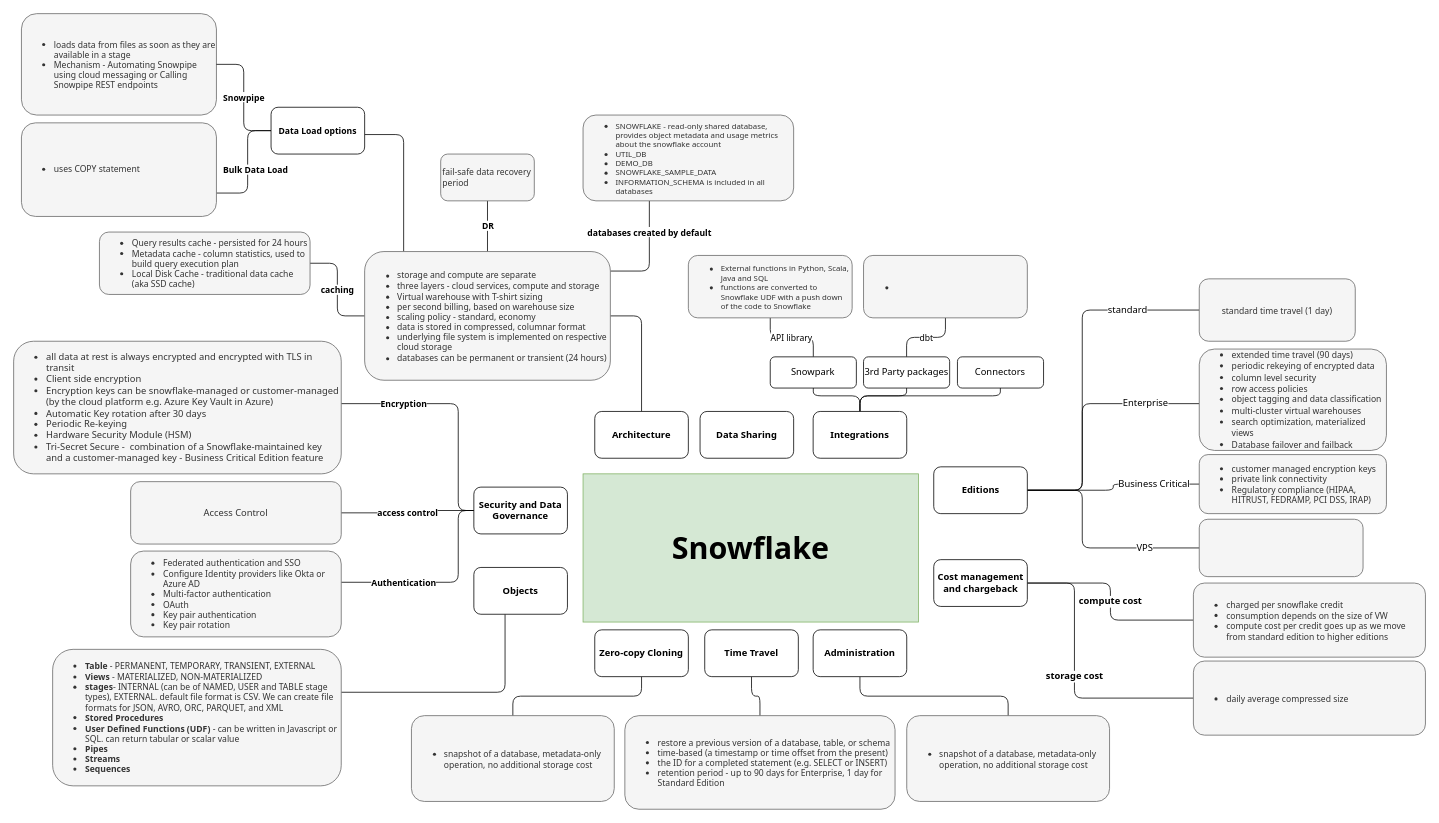
Before: page "Overview" (1 of 10) of Snowflake Mind Maps.drawio in kanchantewary/MindMaps, a draw.io diagram. Source tidied: cells renumbered, new cells numbered last; positions are measured from the earlier drawing's top-left corner, leaving out a move shared by most shapes. Both pictures are drawn from the tidied source at 78%, with x=0, y=0 at pixel (13, 13).
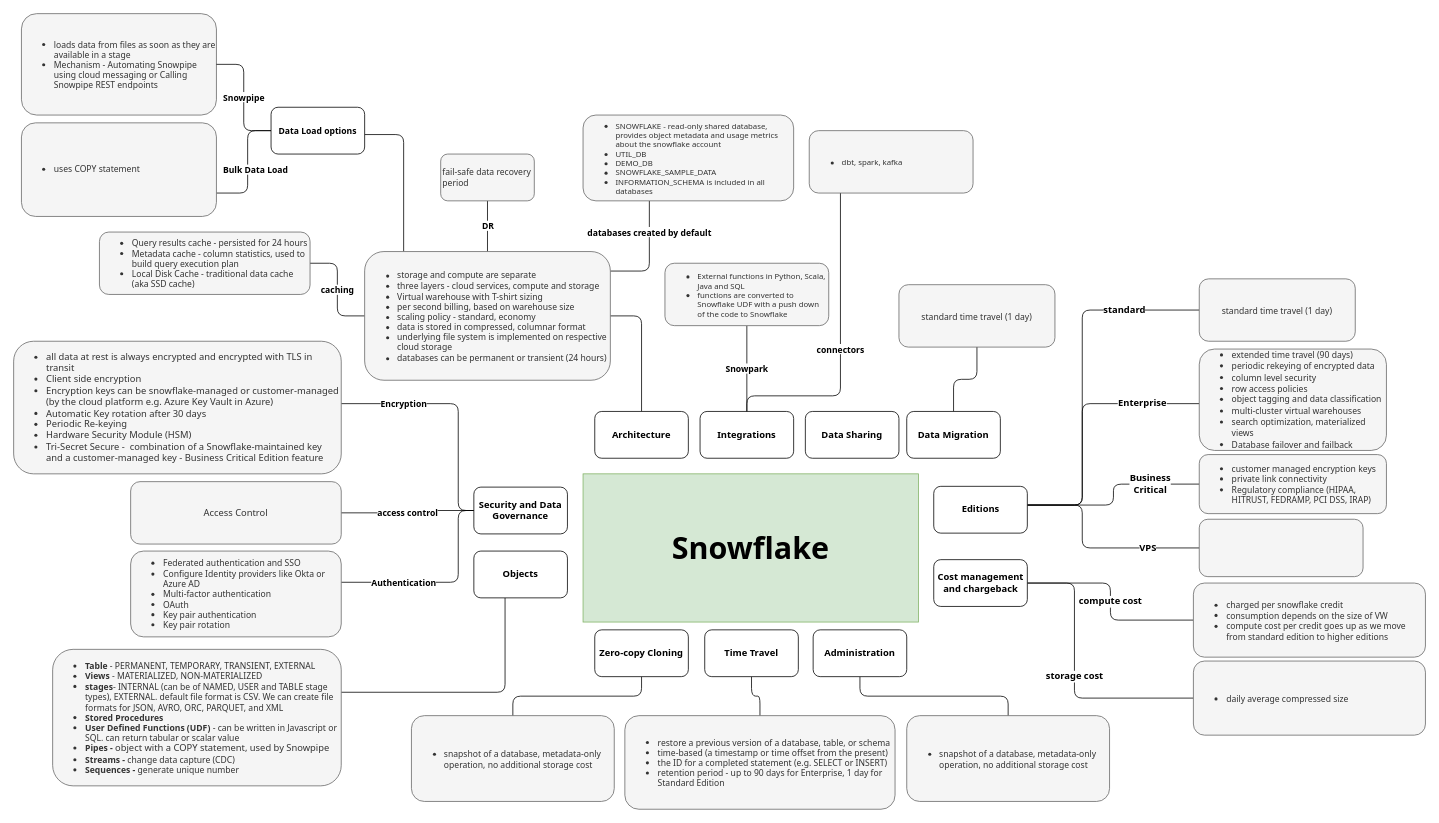
The same page after the edit.

The change refers to these unchanged cells:
```xml
<mxCell id="43" style="rounded=1;whiteSpace=wrap;html=1;fontFamily=Tahoma;align=left;fontSize=11;fillColor=#f5f5f5;fontColor=#333333;strokeColor=#666666;" parent="1" vertex="1">
  <mxGeometry x="1520" y="648.2" width="210" height="73.6" as="geometry" />
</mxCell>
<mxCell id="44" value="&lt;ul&gt;&lt;li&gt;customer managed encryption keys&lt;/li&gt;&lt;li&gt;private link connectivity&lt;/li&gt;&lt;li&gt;Regulatory compliance (HIPAA, HITRUST, FEDRAMP, PCI DSS, IRAP)&lt;/li&gt;&lt;/ul&gt;" style="rounded=1;whiteSpace=wrap;html=1;fontFamily=Tahoma;align=left;fontSize=11;fillColor=#f5f5f5;fontColor=#333333;strokeColor=#666666;" parent="1" vertex="1">
  <mxGeometry x="1520" y="565.3" width="240" height="75.7" as="geometry" />
</mxCell>
<mxCell id="45" value="&lt;ul&gt;&lt;li&gt;&lt;span style=&quot;font-size: 11px&quot;&gt;extended time travel (90 days)&lt;/span&gt;&lt;/li&gt;&lt;li&gt;&lt;span style=&quot;font-size: 11px&quot;&gt;periodic rekeying of encrypted data&lt;/span&gt;&lt;/li&gt;&lt;li&gt;&lt;span style=&quot;font-size: 11px&quot;&gt;column level security&lt;/span&gt;&lt;/li&gt;&lt;li&gt;&lt;span style=&quot;font-size: 11px&quot;&gt;row access policies&lt;/span&gt;&lt;/li&gt;&lt;li&gt;&lt;span style=&quot;font-size: 11px&quot;&gt;object tagging and data classification&lt;/span&gt;&lt;/li&gt;&lt;li&gt;&lt;span style=&quot;font-size: 11px&quot;&gt;multi-cluster virtual warehouses&lt;/span&gt;&lt;/li&gt;&lt;li&gt;&lt;span style=&quot;font-size: 11px&quot;&gt;search optimization, materialized views&lt;/span&gt;&lt;/li&gt;&lt;li&gt;&lt;span style=&quot;font-size: 11px&quot;&gt;Database failover and failback&lt;/span&gt;&lt;/li&gt;&lt;/ul&gt;" style="rounded=1;whiteSpace=wrap;html=1;fontFamily=Tahoma;align=left;fillColor=#f5f5f5;fontColor=#333333;strokeColor=#666666;" parent="1" vertex="1">
  <mxGeometry x="1520" y="430" width="240" height="130" as="geometry" />
</mxCell>
<mxCell id="46" value="standard time travel (1 day)" style="rounded=1;whiteSpace=wrap;html=1;fontFamily=Tahoma;fontSize=11;fillColor=#f5f5f5;fontColor=#333333;strokeColor=#666666;" parent="1" vertex="1">
  <mxGeometry x="1520" y="340" width="200" height="80" as="geometry" />
</mxCell>
```

The edit, as a diff of the source:
```diff
@@
     <mxCell id="2" value="Data Sharing" style="rounded=1;whiteSpace=wrap;html=1;fontFamily=Tahoma;fontStyle=1;" parent="1" vertex="1">
-      <mxGeometry x="880" y="510" width="120" height="60" as="geometry" />
+      <mxGeometry x="1015" y="510" width="120" height="60" as="geometry" />
     </mxCell>
@@
-    <mxCell id="8" value="standard" style="edgeStyle=orthogonalEdgeStyle;rounded=1;jettySize=auto;html=1;entryX=0;entryY=0.5;entryDx=0;entryDy=0;fontSize=12;endArrow=none;endFill=0;fontFamily=Tahoma;" parent="1" edge="1" source="12" target="46">
+    <mxCell id="8" value="standard" style="edgeStyle=orthogonalEdgeStyle;rounded=1;jettySize=auto;html=1;entryX=0;entryY=0.5;entryDx=0;entryDy=0;fontSize=12;endArrow=none;endFill=0;fontFamily=Tahoma;fontStyle=1;" parent="1" edge="1" source="12" target="46">
       <mxGeometry x="0.59" relative="1" as="geometry">
         <Array as="points">
-          <mxPoint x="1370" y="611" />
+          <mxPoint x="1370" y="630" />
           <mxPoint x="1370" y="380" />
         </Array>
       </mxGeometry>
     </mxCell>
-    <mxCell id="9" value="Enterprise" style="edgeStyle=orthogonalEdgeStyle;rounded=1;jettySize=auto;html=1;fontSize=12;endArrow=none;endFill=0;fontFamily=Tahoma;" parent="1" edge="1" source="12" target="45">
+    <mxCell id="9" value="Enterprise" style="edgeStyle=orthogonalEdgeStyle;rounded=1;jettySize=auto;html=1;fontSize=12;endArrow=none;endFill=0;fontFamily=Tahoma;fontStyle=1;" parent="1" edge="1" source="12" target="45">
       <mxGeometry x="0.58" relative="1" as="geometry">
         <Array as="points">
-          <mxPoint x="1370" y="611" />
+          <mxPoint x="1370" y="630" />
           <mxPoint x="1370" y="500" />
         </Array>
       </mxGeometry>
     </mxCell>
-    <mxCell id="10" value="Business Critical" style="edgeStyle=orthogonalEdgeStyle;rounded=1;jettySize=auto;html=1;entryX=0;entryY=0.5;entryDx=0;entryDy=0;fontSize=12;endArrow=none;endFill=0;fontFamily=Tahoma;" parent="1" edge="1" source="12" target="44">
-      <mxGeometry x="0.49" relative="1" as="geometry" />
+    <mxCell id="10" value="Business&lt;br&gt;Critical" style="edgeStyle=orthogonalEdgeStyle;rounded=1;jettySize=auto;html=1;entryX=0;entryY=0.5;entryDx=0;entryDy=0;fontSize=12;endArrow=none;endFill=0;fontFamily=Tahoma;fontStyle=1;" parent="1" edge="1" source="12" target="44">
+      <mxGeometry x="0.49" relative="1" as="geometry">
+        <Array as="points">
+          <mxPoint x="1410" y="630" />
+          <mxPoint x="1410" y="603" />
+        </Array>
+      </mxGeometry>
     </mxCell>
-    <mxCell id="11" value="VPS" style="edgeStyle=orthogonalEdgeStyle;rounded=1;jettySize=auto;html=1;entryX=0;entryY=0.5;entryDx=0;entryDy=0;fontSize=12;endArrow=none;endFill=0;fontFamily=Tahoma;" parent="1" edge="1" source="12" target="43">
+    <mxCell id="11" value="VPS" style="edgeStyle=orthogonalEdgeStyle;rounded=1;jettySize=auto;html=1;entryX=0;entryY=0.5;entryDx=0;entryDy=0;fontSize=12;endArrow=none;endFill=0;fontFamily=Tahoma;fontStyle=1;" parent="1" edge="1" source="12" target="43">
       <mxGeometry x="0.52" relative="1" as="geometry">
         <Array as="points">
-          <mxPoint x="1370" y="611" />
+          <mxPoint x="1370" y="630" />
           <mxPoint x="1370" y="685" />
         </Array>
       </mxGeometry>
     </mxCell>
     <mxCell id="12" value="Editions" style="rounded=1;whiteSpace=wrap;html=1;fontFamily=Tahoma;fontStyle=1;" parent="1" vertex="1">
-      <mxGeometry x="1179.6" y="581" width="120" height="60" as="geometry" />
+      <mxGeometry x="1179.6" y="606" width="120" height="60" as="geometry" />
     </mxCell>
-    <mxCell id="13" style="edgeStyle=orthogonalEdgeStyle;rounded=1;jettySize=auto;html=1;fontFamily=Tahoma;fontSize=11;startArrow=none;startFill=0;endArrow=none;endFill=0;" parent="1" edge="1" source="16" target="31">
+    <mxCell id="13" value="Snowpark" style="edgeStyle=orthogonalEdgeStyle;rounded=1;jettySize=auto;html=1;fontFamily=Tahoma;fontSize=11;startArrow=none;startFill=0;endArrow=none;endFill=0;fontStyle=1;" parent="1" edge="1" source="16" target="23">
       <mxGeometry relative="1" as="geometry" />
     </mxCell>
-    <mxCell id="14" style="edgeStyle=orthogonalEdgeStyle;rounded=1;jettySize=auto;html=1;fontFamily=Tahoma;fontSize=11;startArrow=none;startFill=0;endArrow=none;endFill=0;" parent="1" edge="1" source="16" target="32">
-      <mxGeometry relative="1" as="geometry" />
-    </mxCell>
-    <mxCell id="15" style="edgeStyle=orthogonalEdgeStyle;rounded=1;jettySize=auto;html=1;fontFamily=Tahoma;fontSize=11;startArrow=none;startFill=0;endArrow=none;endFill=0;" parent="1" edge="1" source="16" target="33">
-      <mxGeometry relative="1" as="geometry">
-        <Array as="points">
-          <mxPoint x="1085" y="490" />
-          <mxPoint x="1265" y="490" />
-        </Array>
-      </mxGeometry>
-    </mxCell>
     <mxCell id="16" value="Integrations" style="rounded=1;whiteSpace=wrap;html=1;fontFamily=Tahoma;fontStyle=1;" parent="1" vertex="1">
-      <mxGeometry x="1025" y="510" width="120" height="60" as="geometry" />
+      <mxGeometry x="880" y="510" width="120" height="60" as="geometry" />
     </mxCell>
-    <mxCell id="17" value="API library" style="edgeStyle=orthogonalEdgeStyle;rounded=1;jettySize=auto;html=1;fontFamily=Tahoma;fontSize=11;startArrow=none;startFill=0;endArrow=none;endFill=0;" parent="1" edge="1" source="31" target="23">
-      <mxGeometry relative="1" as="geometry" />
-    </mxCell>
@@
     <mxCell id="23" value="&lt;ul&gt;&lt;li&gt;External functions in Python, Scala, Java and SQL&lt;/li&gt;&lt;li&gt;functions are converted to Snowflake UDF with a push down of the code to Snowflake&lt;br&gt;&lt;/li&gt;&lt;/ul&gt;" style="rounded=1;whiteSpace=wrap;html=1;fontFamily=Tahoma;fillColor=#f5f5f5;fontColor=#333333;strokeColor=#666666;fontSize=10;align=left;" parent="1" vertex="1">
-      <mxGeometry x="865" y="310" width="210" height="80" as="geometry" />
+      <mxGeometry x="835" y="320" width="210" height="80" as="geometry" />
     </mxCell>
@@
-    <mxCell id="28" value="dbt" style="edgeStyle=orthogonalEdgeStyle;rounded=1;jettySize=auto;html=1;fontFamily=Tahoma;fontSize=11;startArrow=none;startFill=0;endArrow=none;endFill=0;" parent="1" edge="1" source="32" target="29">
-      <mxGeometry relative="1" as="geometry" />
+    <mxCell id="28" value="connectors" style="edgeStyle=orthogonalEdgeStyle;rounded=1;jettySize=auto;html=1;fontFamily=Tahoma;fontSize=11;startArrow=none;startFill=0;endArrow=none;endFill=0;fontStyle=1;" parent="1" edge="1" source="16" target="29">
+      <mxGeometry relative="1" as="geometry">
+        <Array as="points">
+          <mxPoint x="940" y="490" />
+          <mxPoint x="1060" y="490" />
+        </Array>
+      </mxGeometry>
     </mxCell>
-    <mxCell id="29" value="&lt;ul&gt;&lt;li&gt;&lt;br&gt;&lt;/li&gt;&lt;/ul&gt;" style="rounded=1;whiteSpace=wrap;html=1;fontFamily=Tahoma;fillColor=#f5f5f5;fontColor=#333333;strokeColor=#666666;fontSize=10;align=left;" parent="1" vertex="1">
-      <mxGeometry x="1089.6" y="310" width="210" height="80" as="geometry" />
+    <mxCell id="29" value="&lt;ul&gt;&lt;li&gt;dbt, spark, kafka&lt;/li&gt;&lt;/ul&gt;" style="rounded=1;whiteSpace=wrap;html=1;fontFamily=Tahoma;fillColor=#f5f5f5;fontColor=#333333;strokeColor=#666666;fontSize=10;align=left;" parent="1" vertex="1">
+      <mxGeometry x="1020" y="150" width="210" height="80" as="geometry" />
     </mxCell>
-    <mxCell id="30" style="group;fontFamily=Tahoma;" parent="1" vertex="1">
-      <mxGeometry x="970" y="440" width="230" height="40" as="geometry" />
-    </mxCell>
-    <mxCell id="31" value="Snowpark" style="rounded=1;whiteSpace=wrap;html=1;fontFamily=Tahoma;" parent="30" vertex="1">
-      <mxGeometry width="110.4" height="40" as="geometry" />
-    </mxCell>
-    <mxCell id="32" value="3rd Party packages" style="rounded=1;whiteSpace=wrap;html=1;fontFamily=Tahoma;" parent="30" vertex="1">
-      <mxGeometry x="119.6" width="110.4" height="40" as="geometry" />
-    </mxCell>
-    <mxCell id="33" value="Connectors" style="rounded=1;whiteSpace=wrap;html=1;fontFamily=Tahoma;" parent="1" vertex="1">
-      <mxGeometry x="1210" y="440" width="110.4" height="40" as="geometry" />
-    </mxCell>
@@
     <mxCell id="62" value="Objects" style="rounded=1;whiteSpace=wrap;html=1;fontFamily=Tahoma;fontStyle=1;" parent="1" vertex="1">
-      <mxGeometry x="590" y="710" width="120" height="60" as="geometry" />
+      <mxGeometry x="590" y="689" width="120" height="60" as="geometry" />
     </mxCell>
-    <mxCell id="63" value="&lt;p style=&quot;font-size: 11px&quot;&gt;&lt;/p&gt;&lt;ul style=&quot;font-size: 11px&quot;&gt;&lt;li&gt;&lt;b&gt;Table&lt;/b&gt; - PERMANENT, TEMPORARY, TRANSIENT, EXTERNAL&lt;/li&gt;&lt;li&gt;&lt;b&gt;Views&lt;/b&gt; - MATERIALIZED, NON-MATERIALIZED&lt;/li&gt;&lt;li&gt;&lt;b&gt;stages&lt;/b&gt;- INTERNAL (can be of NAMED, USER and TABLE stage types), EXTERNAL.&amp;nbsp;default file format is CSV. We can create file formats for JSON, AVRO, ORC, PARQUET, and XML&lt;/li&gt;&lt;li&gt;&lt;span&gt;&lt;b&gt;Stored Procedures&lt;/b&gt;&lt;/span&gt;&lt;/li&gt;&lt;li&gt;&lt;b&gt;User Defined Functions (UDF)&lt;/b&gt; - can be written in Javascript or SQL. can return tabular or scalar value&lt;/li&gt;&lt;li&gt;&lt;span&gt;&lt;b&gt;Pipes&lt;/b&gt;&lt;/span&gt;&lt;/li&gt;&lt;li&gt;&lt;span&gt;&lt;b&gt;Streams&lt;/b&gt;&lt;/span&gt;&lt;/li&gt;&lt;li&gt;&lt;span&gt;&lt;b&gt;Sequences&lt;/b&gt;&lt;br&gt;&lt;/span&gt;&lt;/li&gt;&lt;/ul&gt;&lt;p&gt;&lt;/p&gt;" style="rounded=1;whiteSpace=wrap;html=1;fontFamily=Tahoma;align=left;fillColor=#f5f5f5;fontColor=#333333;strokeColor=#666666;" parent="1" vertex="1">
+    <mxCell id="63" value="&lt;p style=&quot;font-size: 11px&quot;&gt;&lt;/p&gt;&lt;ul&gt;&lt;li style=&quot;font-size: 11px&quot;&gt;&lt;b&gt;Table&lt;/b&gt; - PERMANENT, TEMPORARY, TRANSIENT, EXTERNAL&lt;/li&gt;&lt;li style=&quot;font-size: 11px&quot;&gt;&lt;b&gt;Views&lt;/b&gt; - MATERIALIZED, NON-MATERIALIZED&lt;/li&gt;&lt;li style=&quot;font-size: 11px&quot;&gt;&lt;b&gt;stages&lt;/b&gt;- INTERNAL (can be of NAMED, USER and TABLE stage types), EXTERNAL.&amp;nbsp;default file format is CSV. We can create file formats for JSON, AVRO, ORC, PARQUET, and XML&lt;/li&gt;&lt;li style=&quot;font-size: 11px&quot;&gt;&lt;span&gt;&lt;b&gt;Stored Procedures&lt;/b&gt;&lt;/span&gt;&lt;/li&gt;&lt;li style=&quot;font-size: 11px&quot;&gt;&lt;b&gt;User Defined Functions (UDF)&lt;/b&gt; - can be written in Javascript or SQL. can return tabular or scalar value&lt;/li&gt;&lt;li&gt;&lt;span style=&quot;font-size: 11px&quot;&gt;&lt;b&gt;Pipes -&amp;nbsp;&lt;/b&gt;&lt;/span&gt;object with a COPY statement, used by Snowpipe&lt;/li&gt;&lt;li style=&quot;font-size: 11px&quot;&gt;&lt;span&gt;&lt;b&gt;Streams -&amp;nbsp;&lt;/b&gt;&lt;/span&gt;change data capture (CDC)&lt;/li&gt;&lt;li&gt;&lt;b style=&quot;font-size: 11px&quot;&gt;Sequences -&amp;nbsp;&lt;/b&gt;&lt;span style=&quot;font-size: 11px&quot;&gt;generate unique number&lt;/span&gt;&lt;br&gt;&lt;/li&gt;&lt;/ul&gt;&lt;p&gt;&lt;/p&gt;" style="rounded=1;whiteSpace=wrap;html=1;fontFamily=Tahoma;align=left;fillColor=#f5f5f5;fontColor=#333333;strokeColor=#666666;" parent="1" vertex="1">
       <mxGeometry x="50" y="815" width="370" height="175" as="geometry" />
     </mxCell>
+    <mxCell id="64" style="edgeStyle=orthogonalEdgeStyle;rounded=1;jettySize=auto;html=1;fontFamily=Tahoma;fontSize=11;endArrow=none;endFill=0;" parent="1" edge="1" source="65" target="66">
+      <mxGeometry relative="1" as="geometry" />
+    </mxCell>
+    <mxCell id="65" value="Data Migration" style="rounded=1;whiteSpace=wrap;html=1;fontFamily=Tahoma;fontStyle=1;" parent="1" vertex="1">
+      <mxGeometry x="1145" y="510" width="120" height="60" as="geometry" />
+    </mxCell>
+    <mxCell id="66" value="standard time travel (1 day)" style="rounded=1;whiteSpace=wrap;html=1;fontFamily=Tahoma;fontSize=11;fillColor=#f5f5f5;fontColor=#333333;strokeColor=#666666;" parent="1" vertex="1">
+      <mxGeometry x="1135" y="347.5" width="200" height="80" as="geometry" />
+    </mxCell>
```
